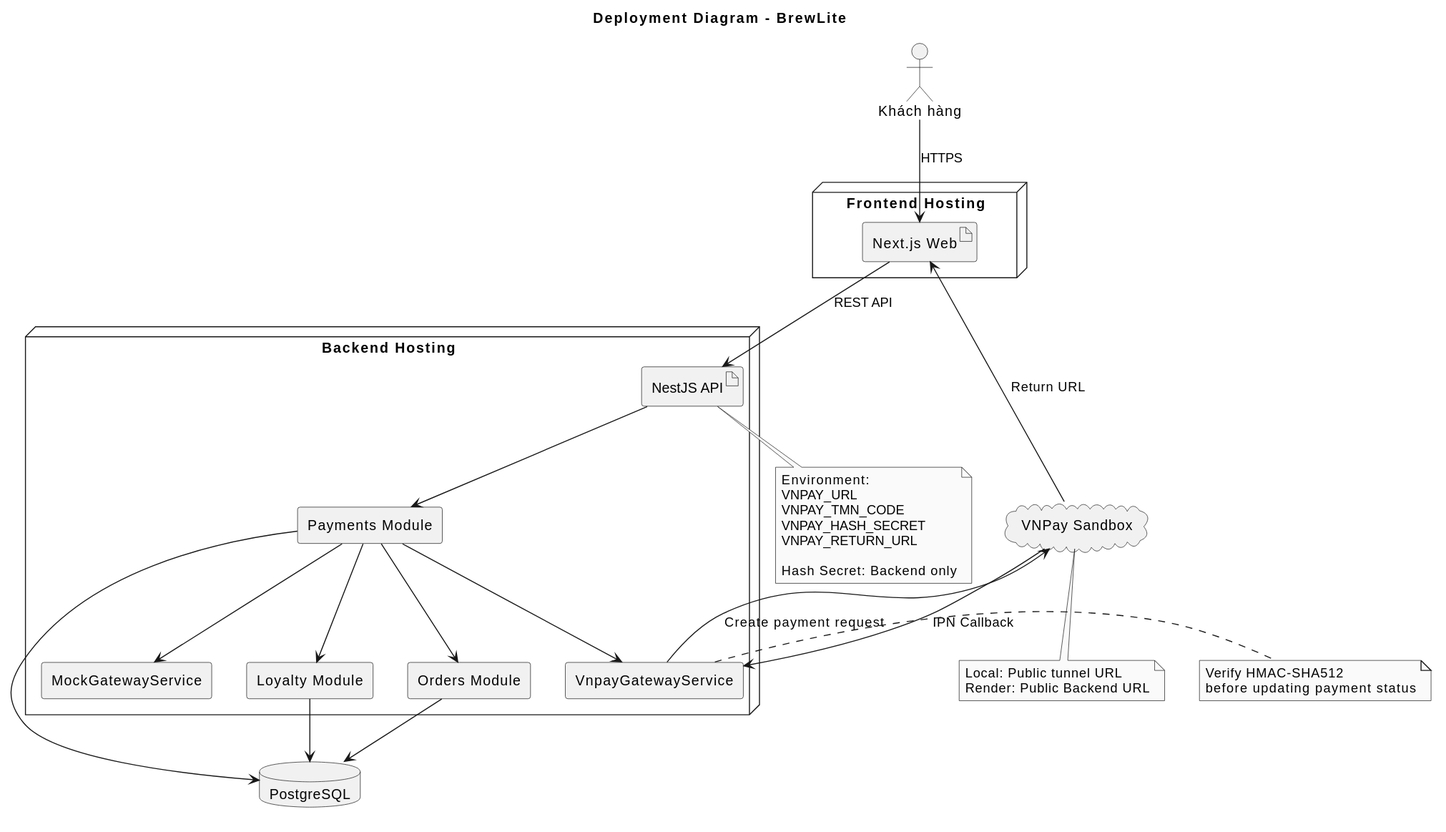
Before: docs/diagrams/deployment-production.svg, a diagram exported from PlantUML (ChienPM-27/BrewLite_assignment2).
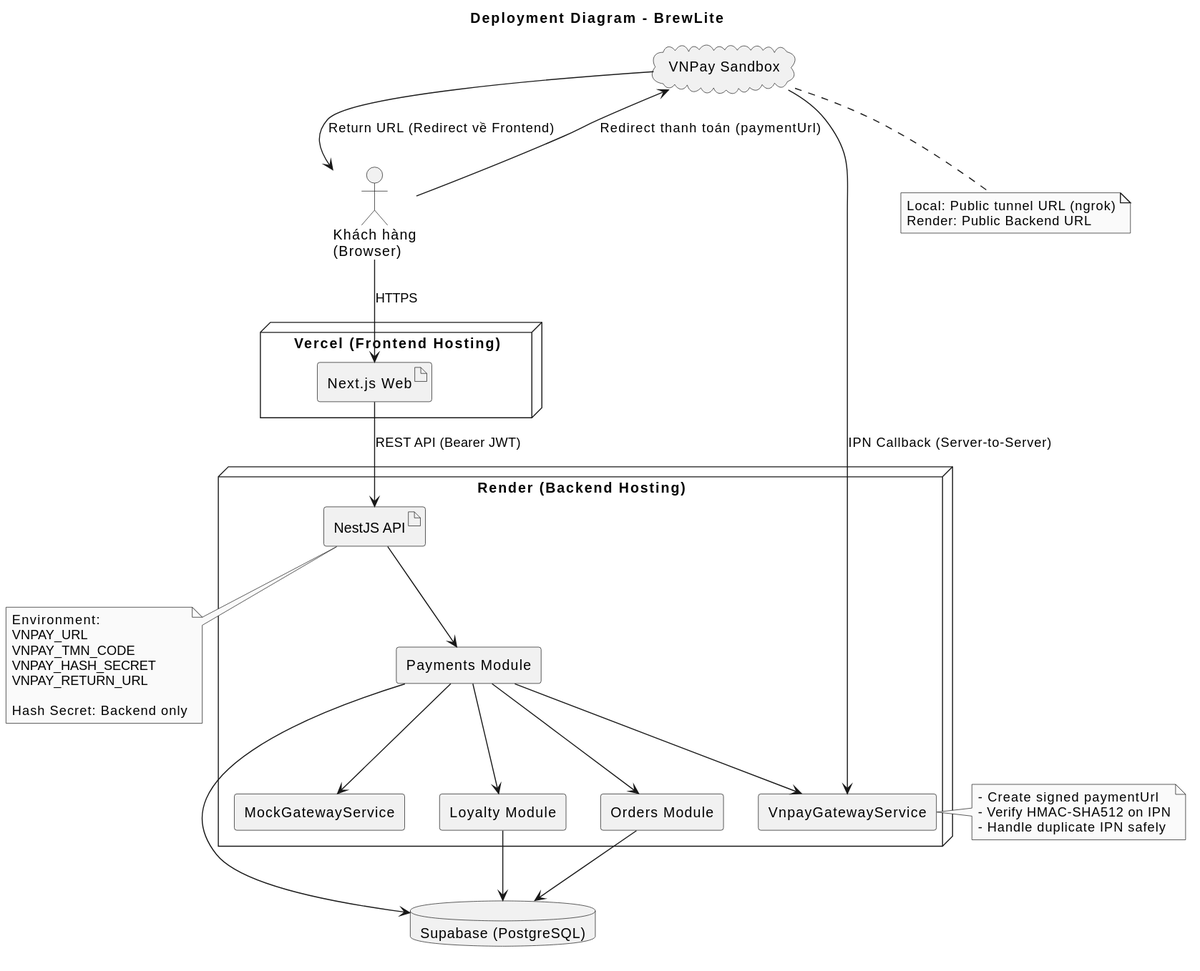
After the change.

Commit message:
docs(payment): update req, dia, adr-005 and test

What changed in the source:
```diff
@@ -6,13 +6,13 @@
 skinparam monochrome true
 skinparam componentStyle rectangle
 
-actor "Khách hàng" as Customer
+actor "Khách hàng\n(Browser)" as Customer
 
-node "Frontend Hosting" {
+node "Vercel (Frontend Hosting)" {
     artifact "Next.js Web" as Web
 }
 
-node "Backend Hosting" {
+node "Render (Backend Hosting)" {
     artifact "NestJS API" as API
 
     component "Payments Module" as Payments
@@ -22,11 +22,14 @@
     component "Loyalty Module" as Loyalty
 }
 
-database "PostgreSQL" as DB
+database "Supabase (PostgreSQL)" as DB
 cloud "VNPay Sandbox" as VNPay
 
 Customer --> Web : HTTPS
-Web --> API : REST API
+Web --> API : REST API (Bearer JWT)
+Customer --> VNPay : Redirect thanh toán (paymentUrl)
+VNPay --> Customer : Return URL (Redirect về Frontend)
+VNPay --> Vnpay : IPN Callback (Server-to-Server)
 
 API --> Payments
 Payments --> Mock
@@ -38,13 +41,10 @@
 Payments --> DB
 Loyalty --> DB
 
-Vnpay --> VNPay : Create payment request
-VNPay --> Web : Return URL
-VNPay --> Vnpay : IPN Callback
-
 note right of Vnpay
-  Verify HMAC-SHA512
-  before updating payment status
+  - Create signed paymentUrl
+  - Verify HMAC-SHA512 on IPN
+  - Handle duplicate IPN safely
 end note
 
 note bottom of API
@@ -58,7 +58,7 @@
 end note
 
 note bottom of VNPay
-  Local: Public tunnel URL
+  Local: Public tunnel URL (ngrok)
   Render: Public Backend URL
 end note
 @enduml
```
